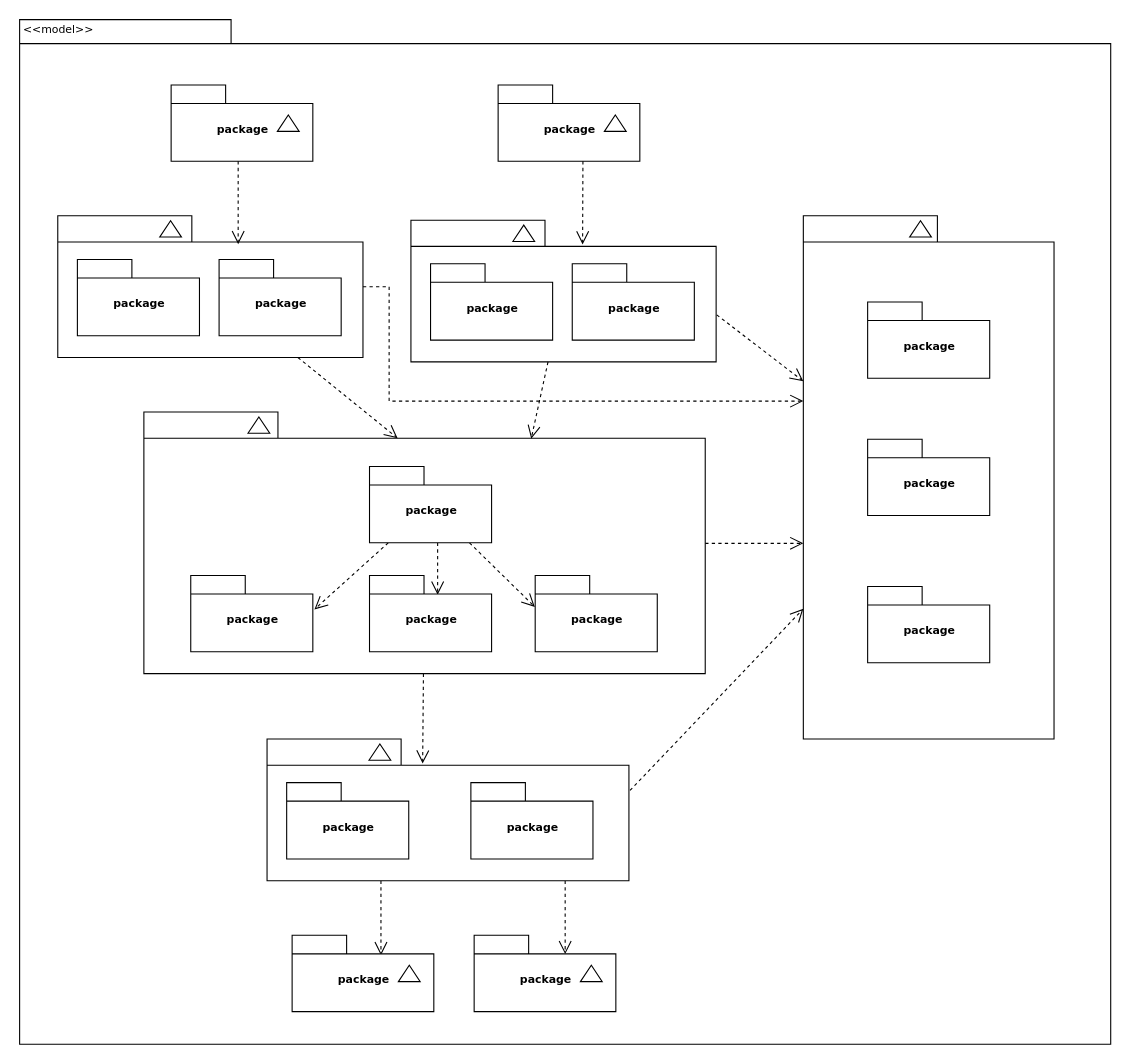
Earlier version of the draw.io diagram 未命名绘图.drawio (Collinlxf/KF-GINS). Source tidied: cells renumbered, new cells numbered last; positions are measured from the earlier drawing's top-left corner, leaving out a move shared by most shapes. Both pictures are drawn from the tidied source at 109%, with x=0, y=0 at pixel (19, 19).
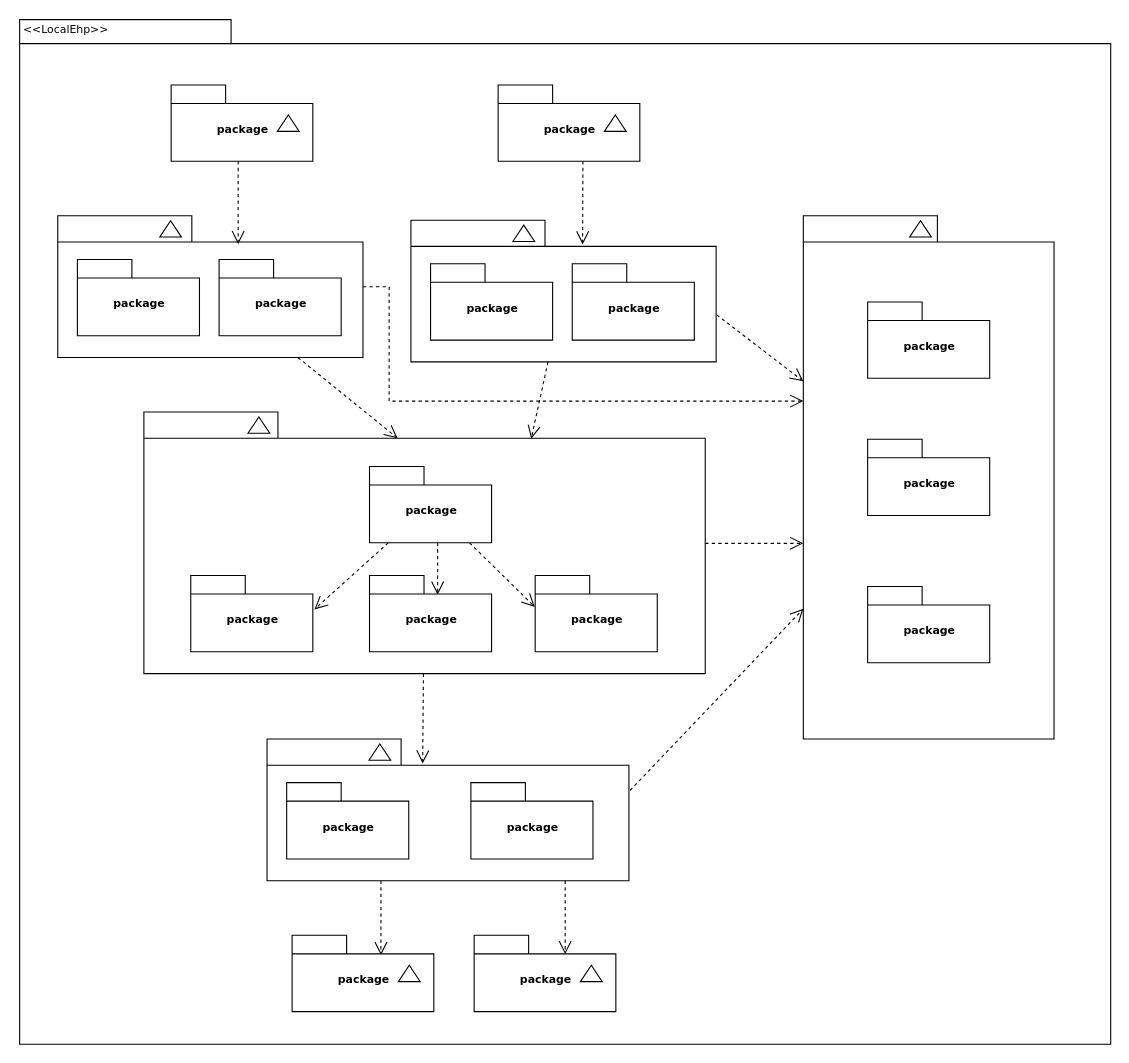
The same page after the edit.

Commit message:
更新未命名绘图.drawio

What changed in the source:
```diff
@@
-    <mxCell id="56" value="&amp;lt;&amp;lt;model&amp;gt;&amp;gt;" style="text;html=1;align=left;verticalAlign=top;spacingTop=-4;fontSize=10;fontFamily=Verdana;" parent="1" vertex="1">
+    <mxCell id="56" value="&amp;lt;&amp;lt;LocalEhp&amp;gt;&amp;gt;" style="text;html=1;align=left;verticalAlign=top;spacingTop=-4;fontSize=10;fontFamily=Verdana;" parent="1" vertex="1">
       <mxGeometry x="1.5" y="0.5" width="130" height="20" as="geometry" />
     </mxCell>
```
